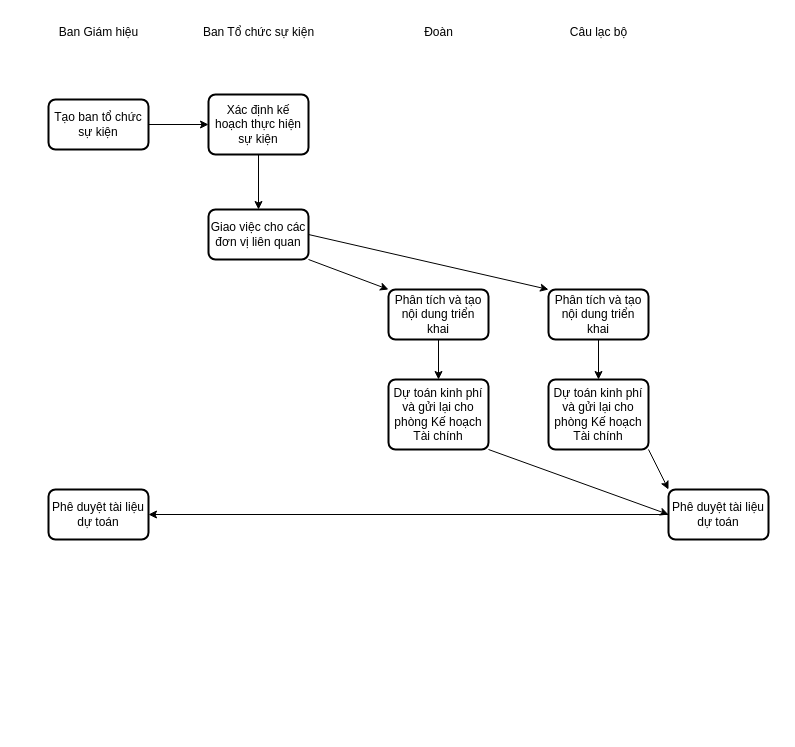
Before: Sự kiện.drawio in hype1524/Test, a draw.io diagram. Source tidied: cells renumbered, new cells numbered last; positions are measured from the earlier drawing's top-left corner, leaving out a move shared by most shapes. Both pictures are drawn from the tidied source at 100%, with x=0, y=0 at pixel (48, 17).
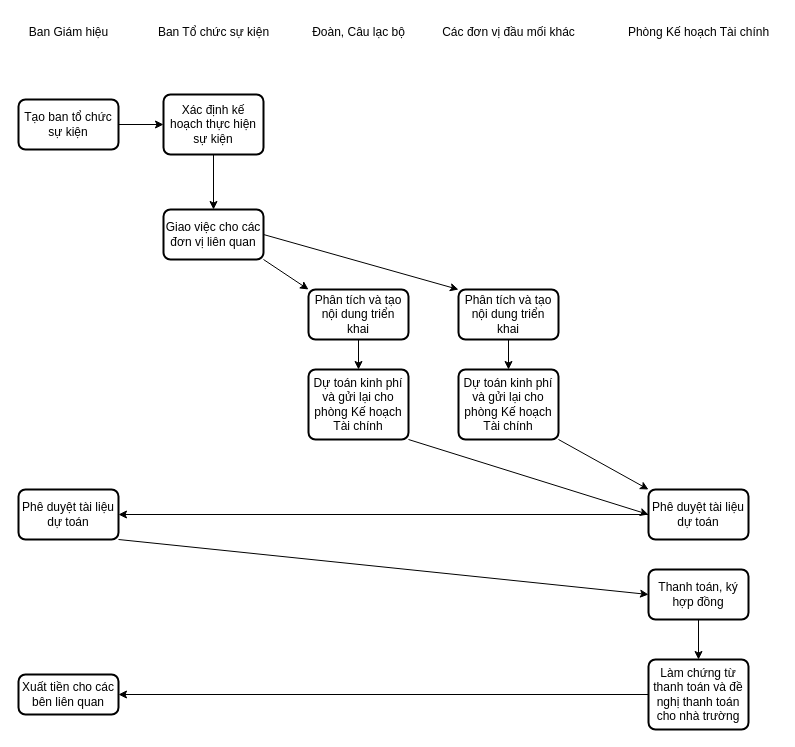
After the change.

Change to the diagram source:
```diff
@@
     <mxCell id="2" value="Tạo ban tổ chức sự kiện" style="rounded=1;whiteSpace=wrap;html=1;absoluteArcSize=1;arcSize=14;strokeWidth=2;" parent="1" vertex="1">
-      <mxGeometry y="82" width="100" height="50" as="geometry" />
+      <mxGeometry x="-30" y="82" width="100" height="50" as="geometry" />
     </mxCell>
     <mxCell id="3" value="Ban Giám hiệu" style="text;html=1;align=center;verticalAlign=middle;strokeColor=none;fillColor=none;" parent="1" vertex="1">
-      <mxGeometry width="100" height="30" as="geometry" />
+      <mxGeometry x="-30" width="100" height="30" as="geometry" />
     </mxCell>
     <mxCell id="4" value="Giao việc cho các đơn vị liên quan" style="rounded=1;whiteSpace=wrap;html=1;absoluteArcSize=1;arcSize=14;strokeWidth=2;" parent="1" vertex="1">
-      <mxGeometry x="160" y="192" width="100" height="50" as="geometry" />
+      <mxGeometry x="115" y="192" width="100" height="50" as="geometry" />
     </mxCell>
     <mxCell id="5" value="Xác định kế hoạch thực hiện sự kiện" style="rounded=1;whiteSpace=wrap;html=1;absoluteArcSize=1;arcSize=14;strokeWidth=2;" parent="1" vertex="1">
-      <mxGeometry x="160" y="77" width="100" height="60" as="geometry" />
+      <mxGeometry x="115" y="77" width="100" height="60" as="geometry" />
     </mxCell>
@@
     <mxCell id="8" value="Ban Tổ chức sự kiện" style="text;html=1;align=center;verticalAlign=middle;strokeColor=none;fillColor=none;" parent="1" vertex="1">
-      <mxGeometry x="145" width="130" height="30" as="geometry" />
+      <mxGeometry x="100" width="130" height="30" as="geometry" />
     </mxCell>
     <mxCell id="9" value="Phân tích và tạo nội dung triển khai" style="rounded=1;whiteSpace=wrap;html=1;absoluteArcSize=1;arcSize=14;strokeWidth=2;" parent="1" vertex="1">
-      <mxGeometry x="340" y="272" width="100" height="50" as="geometry" />
+      <mxGeometry x="260" y="272" width="100" height="50" as="geometry" />
     </mxCell>
     <mxCell id="10" value="Phân tích và tạo nội dung triển khai" style="rounded=1;whiteSpace=wrap;html=1;absoluteArcSize=1;arcSize=14;strokeWidth=2;" parent="1" vertex="1">
-      <mxGeometry x="500" y="272" width="100" height="50" as="geometry" />
+      <mxGeometry x="410" y="272" width="100" height="50" as="geometry" />
     </mxCell>
@@
-    <mxCell id="13" value="Đoàn" style="text;html=1;align=center;verticalAlign=middle;strokeColor=none;fillColor=none;" parent="1" vertex="1">
-      <mxGeometry x="365" width="50" height="30" as="geometry" />
+    <mxCell id="13" value="Đoàn, Câu lạc bộ" style="text;html=1;align=center;verticalAlign=middle;strokeColor=none;fillColor=none;" parent="1" vertex="1">
+      <mxGeometry x="250" width="120" height="30" as="geometry" />
     </mxCell>
-    <mxCell id="14" value="Câu lạc bộ" style="text;html=1;align=center;verticalAlign=middle;strokeColor=none;fillColor=none;" parent="1" vertex="1">
-      <mxGeometry x="510" width="80" height="30" as="geometry" />
+    <mxCell id="14" value="Các đơn vị đầu mối khác" style="text;html=1;align=center;verticalAlign=middle;strokeColor=none;fillColor=none;" parent="1" vertex="1">
+      <mxGeometry x="380" width="160" height="30" as="geometry" />
     </mxCell>
     <mxCell id="15" value="Dự toán kinh phí và gửi lại cho phòng Kế hoạch Tài chính" style="rounded=1;whiteSpace=wrap;html=1;absoluteArcSize=1;arcSize=14;strokeWidth=2;" parent="1" vertex="1">
-      <mxGeometry x="340" y="362" width="100" height="70" as="geometry" />
+      <mxGeometry x="260" y="352" width="100" height="70" as="geometry" />
     </mxCell>
     <mxCell id="16" value="Dự toán kinh phí và gửi lại cho phòng Kế hoạch Tài chính" style="rounded=1;whiteSpace=wrap;html=1;absoluteArcSize=1;arcSize=14;strokeWidth=2;" parent="1" vertex="1">
-      <mxGeometry x="500" y="362" width="100" height="70" as="geometry" />
+      <mxGeometry x="410" y="352" width="100" height="70" as="geometry" />
     </mxCell>
@@
     <mxCell id="19" value="Phê duyệt tài liệu dự toán" style="rounded=1;whiteSpace=wrap;html=1;absoluteArcSize=1;arcSize=14;strokeWidth=2;" parent="1" vertex="1">
-      <mxGeometry x="620" y="472" width="100" height="50" as="geometry" />
+      <mxGeometry x="600" y="472" width="100" height="50" as="geometry" />
     </mxCell>
@@
     <mxCell id="22" value="Phê duyệt tài liệu dự toán" style="rounded=1;whiteSpace=wrap;html=1;absoluteArcSize=1;arcSize=14;strokeWidth=2;" parent="1" vertex="1">
-      <mxGeometry y="472" width="100" height="50" as="geometry" />
+      <mxGeometry x="-30" y="472" width="100" height="50" as="geometry" />
     </mxCell>
@@
+    <mxCell id="24" value="Thanh toán, ký hợp đồng" style="rounded=1;whiteSpace=wrap;html=1;absoluteArcSize=1;arcSize=14;strokeWidth=2;" parent="1" vertex="1">
+      <mxGeometry x="600" y="552" width="100" height="50" as="geometry" />
+    </mxCell>
+    <mxCell id="25" style="endArrow=classic;html=1;rounded=0;exitX=1;exitY=1;exitDx=0;exitDy=0;entryX=0;entryY=0.5;entryDx=0;entryDy=0;" parent="1" edge="1" source="22" target="24">
+      <mxGeometry relative="1" as="geometry" />
+    </mxCell>
+    <mxCell id="26" value="Phòng Kế hoạch Tài chính" style="text;html=1;align=center;verticalAlign=middle;strokeColor=none;fillColor=none;" parent="1" vertex="1">
+      <mxGeometry x="570" width="160" height="30" as="geometry" />
+    </mxCell>
+    <mxCell id="27" value="Làm chứng từ thanh toán và đề nghị thanh toán cho nhà trường" style="rounded=1;whiteSpace=wrap;html=1;absoluteArcSize=1;arcSize=14;strokeWidth=2;" parent="1" vertex="1">
+      <mxGeometry x="600" y="642" width="100" height="70" as="geometry" />
+    </mxCell>
+    <mxCell id="28" style="endArrow=classic;html=1;rounded=0;exitX=0.5;exitY=1;exitDx=0;exitDy=0;entryX=0.5;entryY=0;entryDx=0;entryDy=0;" parent="1" edge="1" source="24" target="27">
+      <mxGeometry relative="1" as="geometry" />
+    </mxCell>
+    <mxCell id="29" value="Xuất tiền cho các bên liên quan" style="rounded=1;whiteSpace=wrap;html=1;absoluteArcSize=1;arcSize=14;strokeWidth=2;" parent="1" vertex="1">
+      <mxGeometry x="-30" y="657" width="100" height="40" as="geometry" />
+    </mxCell>
+    <mxCell id="30" style="endArrow=classic;html=1;rounded=0;exitX=0;exitY=0.5;exitDx=0;exitDy=0;entryX=1;entryY=0.5;entryDx=0;entryDy=0;" parent="1" edge="1" source="27" target="29">
+      <mxGeometry relative="1" as="geometry" />
+    </mxCell>
```
